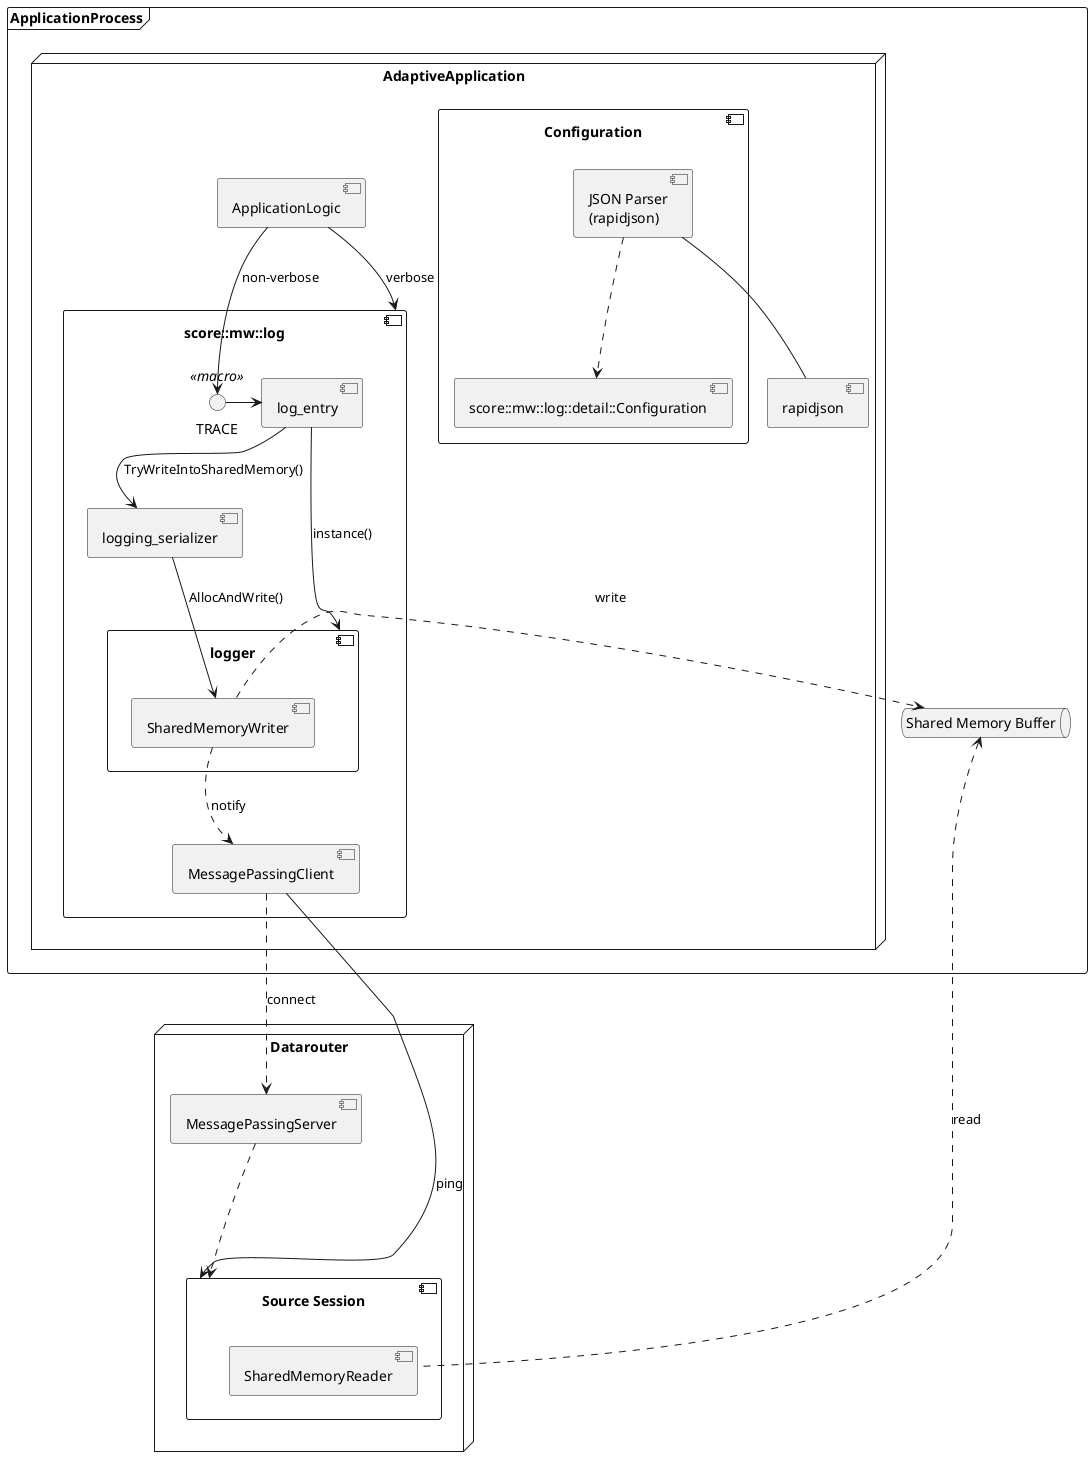
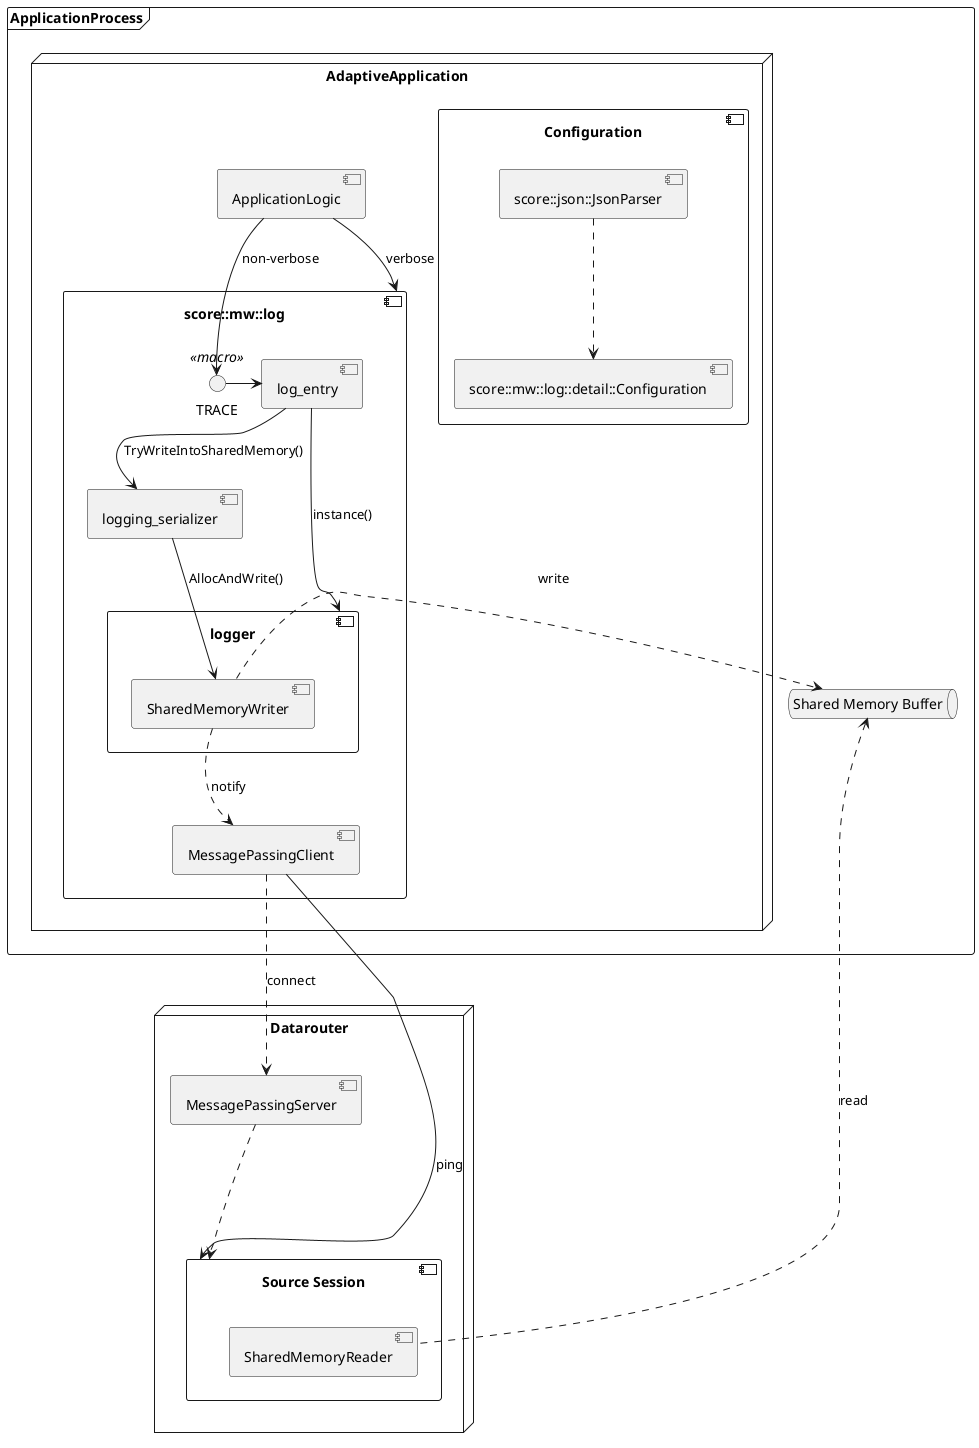
@startuml

frame ApplicationProcess {
  node AdaptiveApplication {
    component ApplicationLogic
    component "score::mw::log" {
      component log_entry
      component "logging_serializer" as serializer
      component logger {
        component SharedMemoryWriter
      }

      component MessagePassingClient
      SharedMemoryWriter ..> MessagePassingClient : notify

      interface TRACE <<macro>>

      TRACE -> log_entry
      log_entry --> serializer : TryWriteIntoSharedMemory()
      serializer --> SharedMemoryWriter : AllocAndWrite()
      log_entry --> logger : instance()

    }

    component "Configuration" {
      component "score::mw::log::detail::Configuration" as LogConfig
-       component "JSON Parser\n(rapidjson)" as ConfigReader
+       component "score::json::JsonParser" as ConfigReader
    }

-     component rapidjson
    ConfigReader ..> LogConfig
-     ConfigReader -- rapidjson

    ApplicationLogic --> "score::mw::log" : verbose
    ApplicationLogic --> TRACE : non-verbose
  }

  queue "Shared Memory Buffer" as RB
}

node "Datarouter"{
  component MessagePassingServer
  component "Source Session" as session {
    component SharedMemoryReader
  }

  MessagePassingServer ...> session
}

MessagePassingClient ..> MessagePassingServer: connect
MessagePassingClient -> session: ping

SharedMemoryWriter .> RB : write
RB <. SharedMemoryReader : read

@enduml
